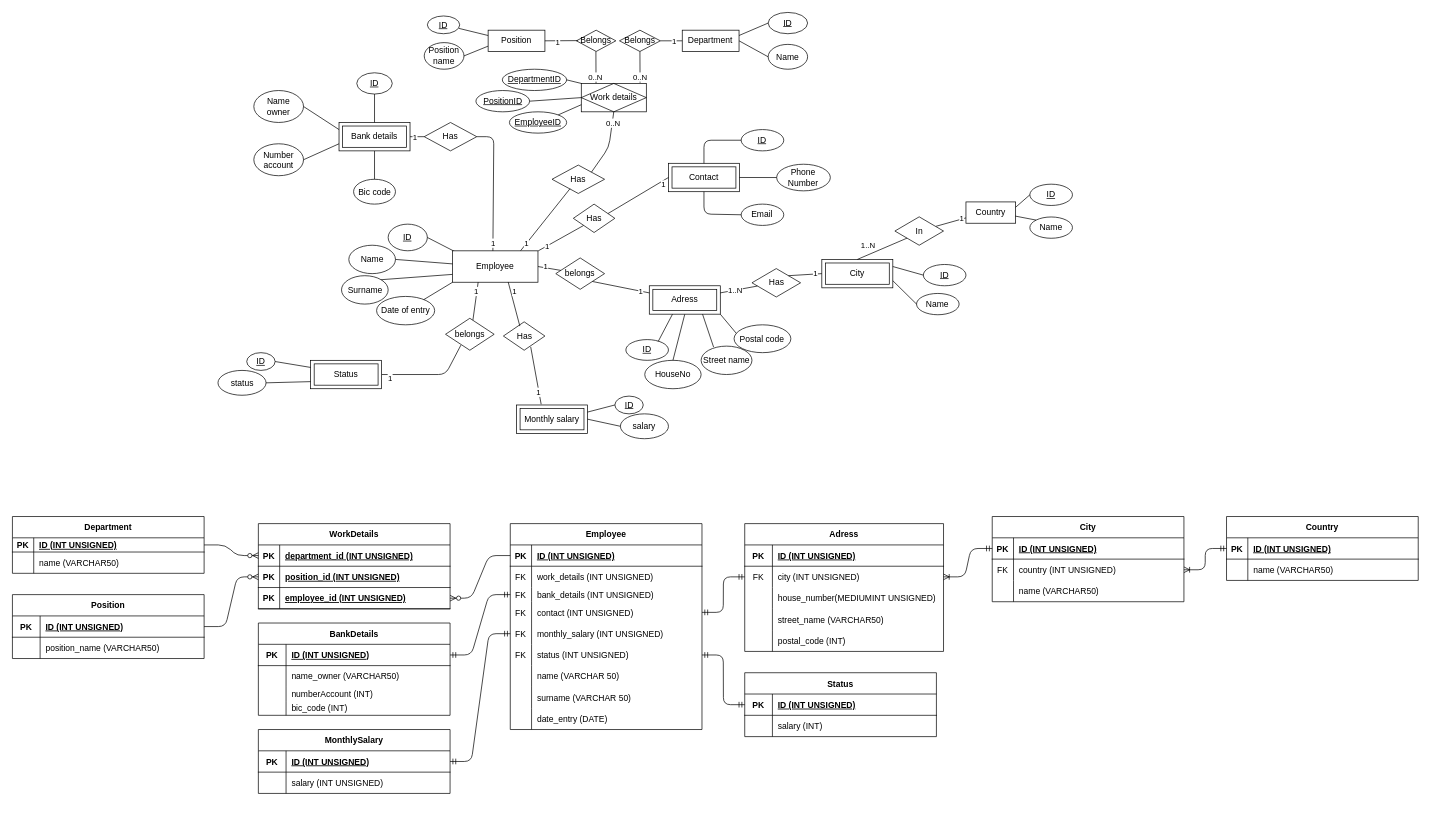
Before: Scheme_database.drawio in AntoineD74/Database-project, a draw.io diagram. Source tidied: cells renumbered, new cells numbered last; positions are measured from the earlier drawing's top-left corner, leaving out a move shared by most shapes. Both pictures are drawn from the tidied source at 71%, with x=0, y=0 at pixel (12, 12).
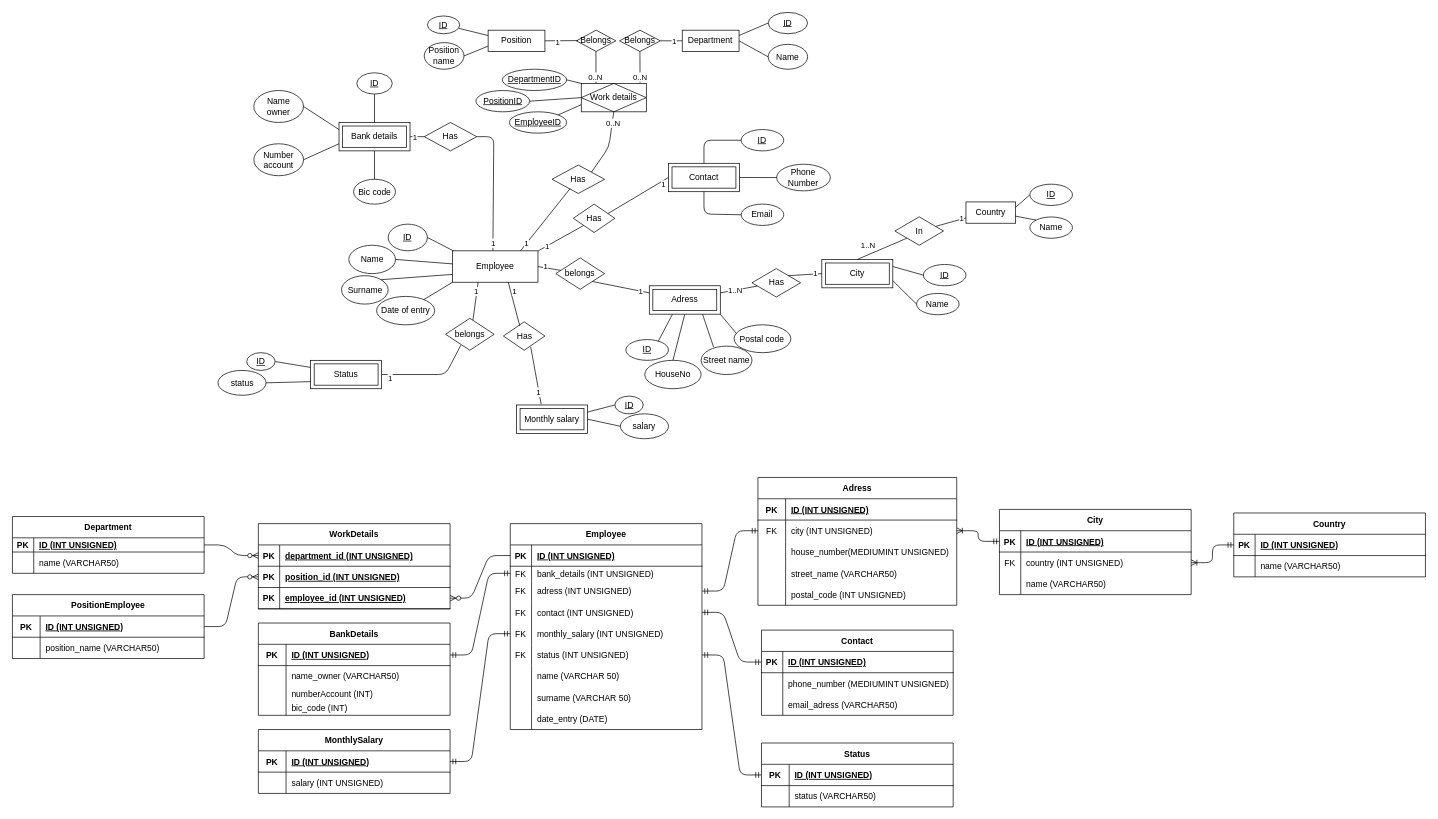
After the change.

Unchanged cells that the change refers to:
```xml
<mxCell id="38" value="Employee" style="shape=table;startSize=30;childLayout=tableLayout;rowLines=0;fontStyle=1;align=center;" parent="1" vertex="1">
  <mxGeometry x="701.2" y="720" width="270" height="290" as="geometry" />
</mxCell>
<mxCell id="48" style="shape=partialRectangle;fillColor=none;top=0;left=0;bottom=0;right=0;points=[[0,0.5],[1,0.5]];portConstraint=eastwest;" parent="38" vertex="1">
  <mxGeometry y="110" width="270" height="30" as="geometry" />
</mxCell>
<mxCell id="181" style="shape=partialRectangle;fillColor=none;top=0;left=0;bottom=0;right=0;points=[[0,0.5],[1,0.5]];portConstraint=eastwest;" parent="177" vertex="1">
  <mxGeometry y="60" width="280" height="30" as="geometry" />
</mxCell>
<mxCell id="190" style="shape=partialRectangle;fillColor=none;top=0;left=0;bottom=0;right=0;" parent="177" vertex="1">
  <mxGeometry y="150" width="280" height="30" as="geometry" />
</mxCell>
<mxCell id="241" style="shape=partialRectangle;fillColor=none;top=0;left=0;bottom=0;right=0;" parent="237" vertex="1">
  <mxGeometry y="60" width="270" height="30" as="geometry" />
</mxCell>
```

What changed in the source:
```diff
@@
-    <mxCell id="42" style="shape=partialRectangle;fillColor=none;top=0;left=0;bottom=0;right=0;" parent="38" vertex="1">
-      <mxGeometry y="60" width="270" height="30" as="geometry" />
-    </mxCell>
-    <mxCell id="43" value="FK" style="shape=partialRectangle;fillColor=none;top=0;left=0;bottom=0;right=0;overflow=hidden;" parent="42" vertex="1">
-      <mxGeometry width="30" height="30" as="geometry" />
-    </mxCell>
-    <mxCell id="44" value="work_details (INT UNSIGNED)" style="shape=partialRectangle;fillColor=none;top=0;left=0;bottom=0;right=0;align=left;spacingLeft=6;overflow=hidden;" parent="42" vertex="1">
-      <mxGeometry x="30" width="240" height="30" as="geometry" />
-    </mxCell>
     <mxCell id="45" style="shape=partialRectangle;fillColor=none;top=0;left=0;bottom=0;right=0;points=[[0,0.5],[1,0.5]];portConstraint=eastwest;" parent="38" vertex="1">
-      <mxGeometry y="90" width="270" height="20" as="geometry" />
+      <mxGeometry y="60" width="270" height="20" as="geometry" />
     </mxCell>
@@
+    <mxCell id="247" style="shape=partialRectangle;fillColor=none;top=0;left=0;bottom=0;right=0;points=[[0,0.5],[1,0.5]];portConstraint=eastwest;" parent="38" vertex="1">
+      <mxGeometry y="80" width="270" height="30" as="geometry" />
+    </mxCell>
+    <mxCell id="43" value="FK" style="shape=partialRectangle;fillColor=none;top=0;left=0;bottom=0;right=0;overflow=hidden;" parent="247" vertex="1">
+      <mxGeometry width="30" height="30" as="geometry" />
+    </mxCell>
+    <mxCell id="248" value="adress (INT UNSIGNED)" style="shape=partialRectangle;fillColor=none;top=0;left=0;bottom=0;right=0;align=left;spacingLeft=6;overflow=hidden;" parent="247" vertex="1">
+      <mxGeometry x="30" width="240" height="30" as="geometry" />
+    </mxCell>
@@
     <mxCell id="66" value="City" style="shape=table;startSize=30;childLayout=tableLayout;rowLines=0;fontStyle=1;align=center;" parent="1" vertex="1">
-      <mxGeometry x="1380" y="710" width="270" height="120" as="geometry" />
+      <mxGeometry x="1390.2" y="700" width="270" height="120" as="geometry" />
     </mxCell>
@@
-    <mxCell id="107" style="edgeStyle=entityRelationEdgeStyle;fontSize=12;html=1;endArrow=ERmandOne;startArrow=ERmandOne;exitX=1;exitY=0.5;exitDx=0;exitDy=0;entryX=0;entryY=0.5;entryDx=0;entryDy=0;" parent="1" edge="1" source="48" target="181">
+    <mxCell id="107" style="edgeStyle=entityRelationEdgeStyle;fontSize=12;html=1;endArrow=ERmandOne;startArrow=ERmandOne;exitX=1;exitY=0.5;exitDx=0;exitDy=0;entryX=0;entryY=0.5;entryDx=0;entryDy=0;" parent="1" edge="1" source="247" target="181">
       <mxGeometry relative="1" as="geometry" />
     </mxCell>
@@
-    <mxCell id="162" value="Position" style="shape=table;startSize=30;childLayout=tableLayout;rowLines=0;fontStyle=1;align=center;" parent="1" vertex="1">
+    <mxCell id="162" value="PositionEmployee" style="shape=table;startSize=30;childLayout=tableLayout;rowLines=0;fontStyle=1;align=center;" parent="1" vertex="1">
       <mxGeometry y="820" width="270" height="90" as="geometry" />
     </mxCell>
@@
     <mxCell id="169" value="Country" style="shape=table;startSize=30;childLayout=tableLayout;rowLines=0;fontStyle=1;align=center;" parent="1" vertex="1">
-      <mxGeometry x="1710" y="710" width="270" height="90" as="geometry" />
+      <mxGeometry x="1720.2" y="705" width="270" height="90" as="geometry" />
     </mxCell>
@@
     <mxCell id="177" value="Adress" style="shape=table;startSize=30;childLayout=tableLayout;rowLines=0;fontStyle=1;align=center;" parent="1" vertex="1">
-      <mxGeometry x="1031.4" y="720" width="280" height="180" as="geometry" />
+      <mxGeometry x="1050" y="655" width="280" height="180" as="geometry" />
     </mxCell>
@@
-    <mxCell id="192" value="postal_code (INT)" style="shape=partialRectangle;fillColor=none;top=0;left=0;bottom=0;right=0;align=left;spacingLeft=6;overflow=hidden;" parent="190" vertex="1">
+    <mxCell id="192" value="postal_code (INT UNSIGNED)" style="shape=partialRectangle;fillColor=none;top=0;left=0;bottom=0;right=0;align=left;spacingLeft=6;overflow=hidden;" parent="190" vertex="1">
       <mxGeometry x="39" width="241" height="30" as="geometry" />
     </mxCell>
@@
     <mxCell id="237" value="Status" style="shape=table;startSize=30;childLayout=tableLayout;rowLines=0;fontStyle=1;align=center;" parent="1" vertex="1">
-      <mxGeometry x="1031.4" y="930" width="270" height="90" as="geometry" />
+      <mxGeometry x="1055" y="1029" width="270" height="90" as="geometry" />
     </mxCell>
@@
-    <mxCell id="243" value="salary (INT)" style="shape=partialRectangle;fillColor=none;top=0;left=0;bottom=0;right=0;align=left;spacingLeft=6;overflow=hidden;" parent="241" vertex="1">
+    <mxCell id="243" value="status (VARCHAR50)" style="shape=partialRectangle;fillColor=none;top=0;left=0;bottom=0;right=0;align=left;spacingLeft=6;overflow=hidden;" parent="241" vertex="1">
       <mxGeometry x="39" width="231" height="30" as="geometry" />
     </mxCell>
@@
+    <mxCell id="249" value="Contact" style="shape=table;startSize=30;childLayout=tableLayout;rowLines=0;fontStyle=1;align=center;" parent="1" vertex="1">
+      <mxGeometry x="1055" y="870" width="270" height="120" as="geometry" />
+    </mxCell>
+    <mxCell id="250" style="shape=partialRectangle;fillColor=none;top=0;left=0;bottom=1;right=0;points=[[0,0.5],[1,0.5]];portConstraint=eastwest;" parent="249" vertex="1">
+      <mxGeometry y="30" width="270" height="30" as="geometry" />
+    </mxCell>
+    <mxCell id="251" value="PK" style="shape=partialRectangle;fillColor=none;top=0;left=0;bottom=0;right=0;fontStyle=1;overflow=hidden;" parent="250" vertex="1">
+      <mxGeometry width="30" height="30" as="geometry" />
+    </mxCell>
+    <mxCell id="252" value="ID (INT UNSIGNED)" style="shape=partialRectangle;fillColor=none;top=0;left=0;bottom=0;right=0;align=left;spacingLeft=6;fontStyle=5;overflow=hidden;" parent="250" vertex="1">
+      <mxGeometry x="30" width="240" height="30" as="geometry" />
+    </mxCell>
+    <mxCell id="42" style="shape=partialRectangle;fillColor=none;top=0;left=0;bottom=0;right=0;" parent="249" vertex="1">
+      <mxGeometry y="60" width="270" height="30" as="geometry" />
+    </mxCell>
+    <mxCell id="253" style="shape=partialRectangle;fillColor=none;top=0;left=0;bottom=0;right=0;overflow=hidden;" parent="42" vertex="1">
+      <mxGeometry width="30" height="30" as="geometry" />
+    </mxCell>
+    <mxCell id="254" value="phone_number (MEDIUMINT UNSIGNED)" style="shape=partialRectangle;fillColor=none;top=0;left=0;bottom=0;right=0;align=left;spacingLeft=6;overflow=hidden;" parent="42" vertex="1">
+      <mxGeometry x="30" width="240" height="30" as="geometry" />
+    </mxCell>
+    <mxCell id="255" style="shape=partialRectangle;fillColor=none;top=0;left=0;bottom=0;right=0;" parent="249" vertex="1">
+      <mxGeometry y="90" width="270" height="30" as="geometry" />
+    </mxCell>
+    <mxCell id="256" style="shape=partialRectangle;fillColor=none;top=0;left=0;bottom=0;right=0;overflow=hidden;" parent="255" vertex="1">
+      <mxGeometry width="30" height="30" as="geometry" />
+    </mxCell>
+    <mxCell id="257" value="email_adress (VARCHAR50)" style="shape=partialRectangle;fillColor=none;top=0;left=0;bottom=0;right=0;align=left;spacingLeft=6;overflow=hidden;" parent="255" vertex="1">
+      <mxGeometry x="30" width="240" height="30" as="geometry" />
+    </mxCell>
+    <mxCell id="258" style="edgeStyle=entityRelationEdgeStyle;fontSize=12;html=1;endArrow=ERmandOne;startArrow=ERmandOne;entryX=1;entryY=0.5;entryDx=0;entryDy=0;exitX=0;exitY=0.5;exitDx=0;exitDy=0;" parent="1" edge="1" source="250" target="48">
+      <mxGeometry relative="1" as="geometry" />
+    </mxCell>
```
